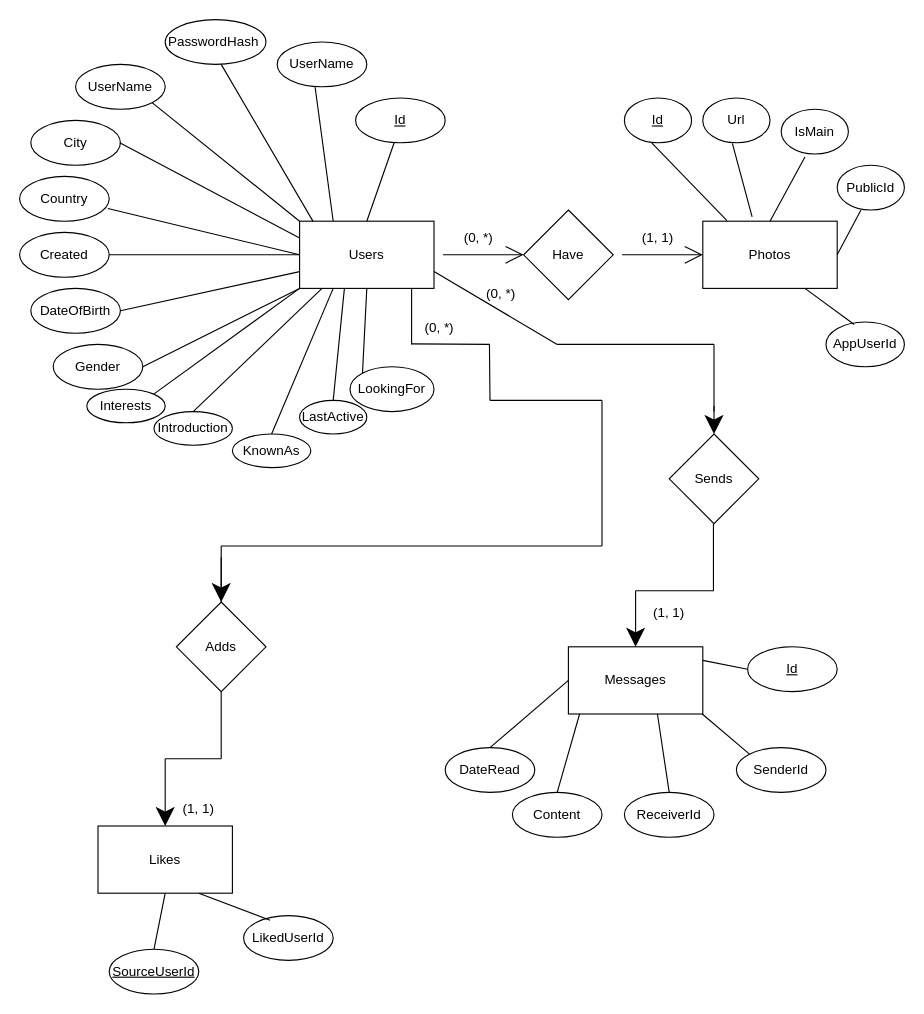
nibir12011995/diagrams keeps this draw.io diagram as Untitled Diagram.drawio. Above is the earlier version. Source tidied: cells renumbered, new cells numbered last; positions are measured from the earlier drawing's top-left corner, leaving out a move shared by most shapes. Both pictures are drawn from the tidied source at 112%, with x=0, y=0 at pixel (19, 19).
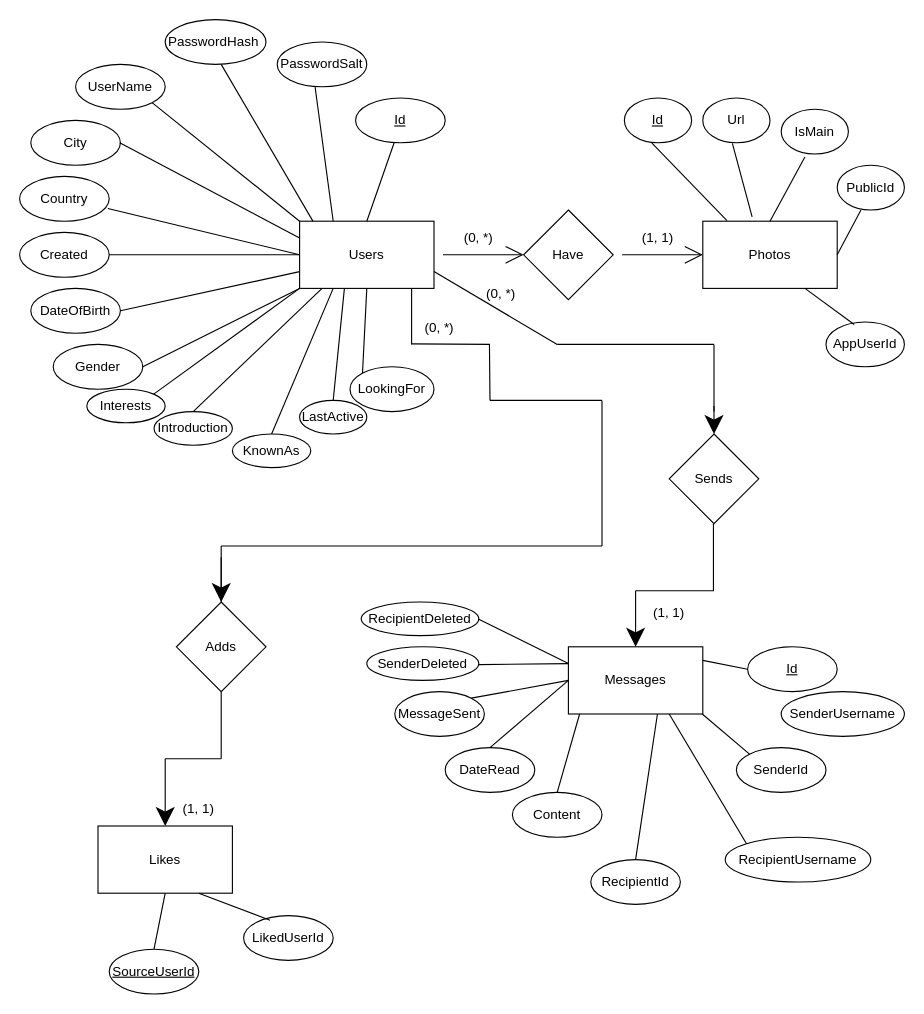
Above is the later version.

The change refers to these unchanged cells:
```xml
<mxCell id="28" value="Messages" style="rounded=0;whiteSpace=wrap;html=1;hachureGap=4;" parent="1" vertex="1">
  <mxGeometry x="490" y="560" width="120" height="60" as="geometry" />
</mxCell>
```

The edit, as a diff of the source:
```diff
@@
-    <mxCell id="13" value="&lt;span style=&quot;text-align: left;&quot;&gt;UserName&lt;/span&gt;" style="ellipse;whiteSpace=wrap;html=1;hachureGap=4;" parent="1" vertex="1">
+    <mxCell id="13" value="&lt;span style=&quot;text-align: left;&quot;&gt;PasswordSalt&lt;/span&gt;" style="ellipse;whiteSpace=wrap;html=1;hachureGap=4;" parent="1" vertex="1">
       <mxGeometry x="230" y="20" width="80" height="40" as="geometry" />
     </mxCell>
@@
-    <mxCell id="39" value="&lt;span style=&quot;text-align: left;&quot;&gt;ReceiverId&lt;/span&gt;" style="ellipse;whiteSpace=wrap;html=1;hachureGap=4;" parent="1" vertex="1">
-      <mxGeometry x="540" y="690" width="80" height="40" as="geometry" />
+    <mxCell id="39" value="&lt;span style=&quot;text-align: left;&quot;&gt;RecipientId&lt;/span&gt;" style="ellipse;whiteSpace=wrap;html=1;hachureGap=4;" parent="1" vertex="1">
+      <mxGeometry x="510" y="750" width="80" height="40" as="geometry" />
     </mxCell>
@@
-    <mxCell id="60" style="endArrow=none;html=1;rounded=0;startSize=14;endSize=14;sourcePerimeterSpacing=8;targetPerimeterSpacing=8;curved=1;entryX=0.25;entryY=1;entryDx=0;entryDy=0;" parent="1" edge="1">
+    <mxCell id="60" style="endArrow=none;html=1;rounded=0;startSize=14;endSize=14;sourcePerimeterSpacing=8;targetPerimeterSpacing=8;curved=1;entryX=0.25;entryY=1;entryDx=0;entryDy=0;exitX=0.5;exitY=0;exitDx=0;exitDy=0;" parent="1" edge="1" source="39">
       <mxGeometry relative="1" as="geometry">
-        <mxPoint x="580" y="690" as="sourcePoint" />
         <mxPoint x="569.5" y="620" as="targetPoint" />
       </mxGeometry>
     </mxCell>
@@
+    <mxCell id="87" value="&lt;span style=&quot;text-align: left;&quot;&gt;SenderUsername&lt;/span&gt;" style="ellipse;whiteSpace=wrap;html=1;hachureGap=4;" parent="1" vertex="1">
+      <mxGeometry x="680" y="600" width="110" height="40" as="geometry" />
+    </mxCell>
+    <mxCell id="88" value="&lt;span style=&quot;text-align: left;&quot;&gt;RecipientUsername&lt;/span&gt;" style="ellipse;whiteSpace=wrap;html=1;hachureGap=4;" parent="1" vertex="1">
+      <mxGeometry x="630" y="730" width="130" height="40" as="geometry" />
+    </mxCell>
+    <mxCell id="89" style="endArrow=none;html=1;rounded=0;startSize=14;endSize=14;sourcePerimeterSpacing=8;targetPerimeterSpacing=8;curved=1;entryX=0.75;entryY=1;entryDx=0;entryDy=0;exitX=0;exitY=0;exitDx=0;exitDy=0;" parent="1" edge="1" source="88" target="28">
+      <mxGeometry relative="1" as="geometry" />
+    </mxCell>
+    <mxCell id="90" value="&lt;div style=&quot;text-align: left;&quot;&gt;&lt;span style=&quot;background-color: initial;&quot;&gt;MessageSent&lt;/span&gt;&lt;/div&gt;" style="ellipse;whiteSpace=wrap;html=1;hachureGap=4;" parent="1" vertex="1">
+      <mxGeometry x="335" y="600" width="80" height="40" as="geometry" />
+    </mxCell>
+    <mxCell id="91" style="endArrow=none;html=1;rounded=0;startSize=14;endSize=14;sourcePerimeterSpacing=8;targetPerimeterSpacing=8;curved=1;entryX=0;entryY=0.5;entryDx=0;entryDy=0;exitX=1;exitY=0;exitDx=0;exitDy=0;" parent="1" edge="1" source="90" target="28">
+      <mxGeometry relative="1" as="geometry" />
+    </mxCell>
+    <mxCell id="92" value="&lt;div style=&quot;text-align: left;&quot;&gt;&lt;span style=&quot;background-color: initial;&quot;&gt;SenderDeleted&lt;/span&gt;&lt;/div&gt;" style="ellipse;whiteSpace=wrap;html=1;hachureGap=4;" parent="1" vertex="1">
+      <mxGeometry x="310" y="560" width="100" height="30" as="geometry" />
+    </mxCell>
+    <mxCell id="93" style="endArrow=none;html=1;rounded=0;startSize=14;endSize=14;sourcePerimeterSpacing=8;targetPerimeterSpacing=8;curved=1;entryX=0;entryY=0.25;entryDx=0;entryDy=0;exitX=1;exitY=0;exitDx=0;exitDy=0;" parent="1" edge="1" target="28">
+      <mxGeometry relative="1" as="geometry">
+        <mxPoint x="410" y="575.9" as="sourcePoint" />
+      </mxGeometry>
+    </mxCell>
+    <mxCell id="94" value="&lt;div style=&quot;text-align: left;&quot;&gt;&lt;span style=&quot;background-color: initial;&quot;&gt;RecipientDeleted&lt;/span&gt;&lt;/div&gt;" style="ellipse;whiteSpace=wrap;html=1;hachureGap=4;" parent="1" vertex="1">
+      <mxGeometry x="305" y="520" width="105" height="30" as="geometry" />
+    </mxCell>
+    <mxCell id="95" style="endArrow=none;html=1;rounded=0;startSize=14;endSize=14;sourcePerimeterSpacing=8;targetPerimeterSpacing=8;curved=1;entryX=0;entryY=0.25;entryDx=0;entryDy=0;exitX=1;exitY=0;exitDx=0;exitDy=0;" parent="1" edge="1" target="28">
+      <mxGeometry relative="1" as="geometry">
+        <mxPoint x="410" y="535.4" as="sourcePoint" />
+      </mxGeometry>
+    </mxCell>
```
